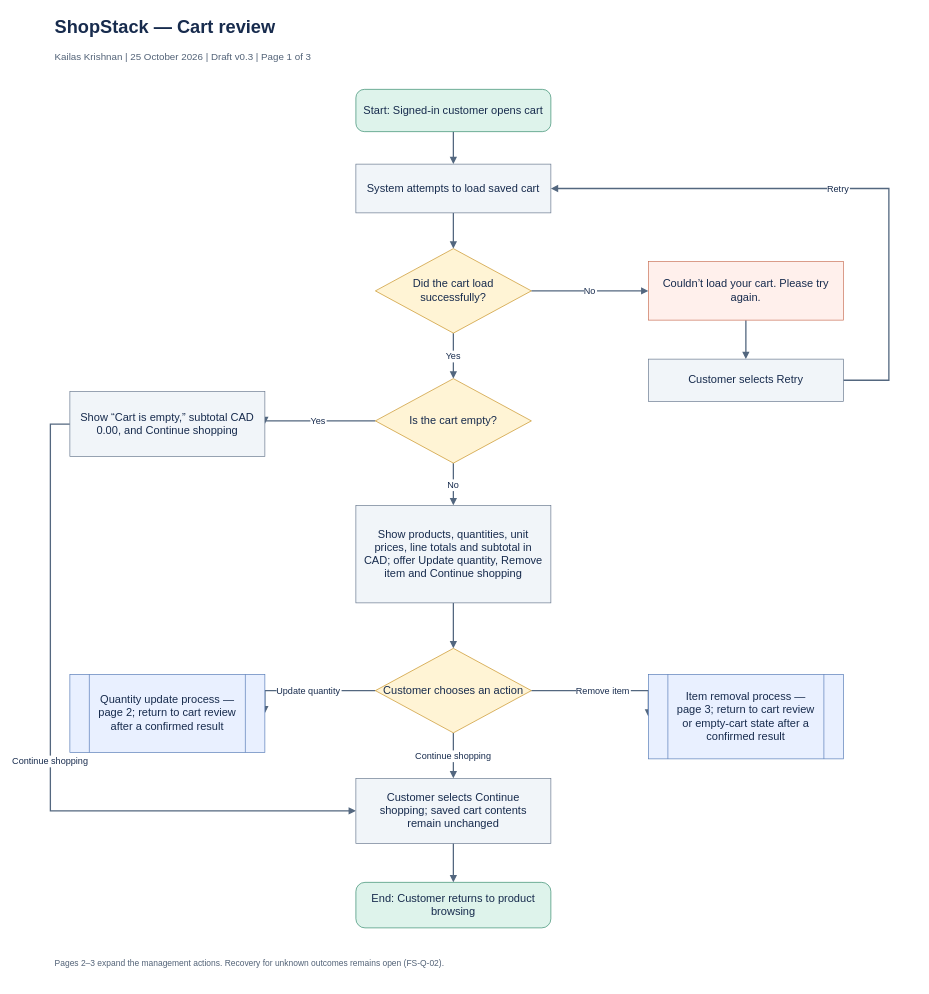
This is page "01 Cart review" (1 of 3) of docs/process-analysis/ShopStack-Future-State-Cart-Reviewed.drawio from kkrishnan937/shopstack-ba-portfolio, a draw.io file, before an edit. Source tidied: cells renumbered, new cells numbered last; positions are measured from the earlier drawing's top-left corner, leaving out a move shared by most shapes. Both pictures are drawn from the tidied source at 65%, with x=0, y=0 at pixel (50, 11).
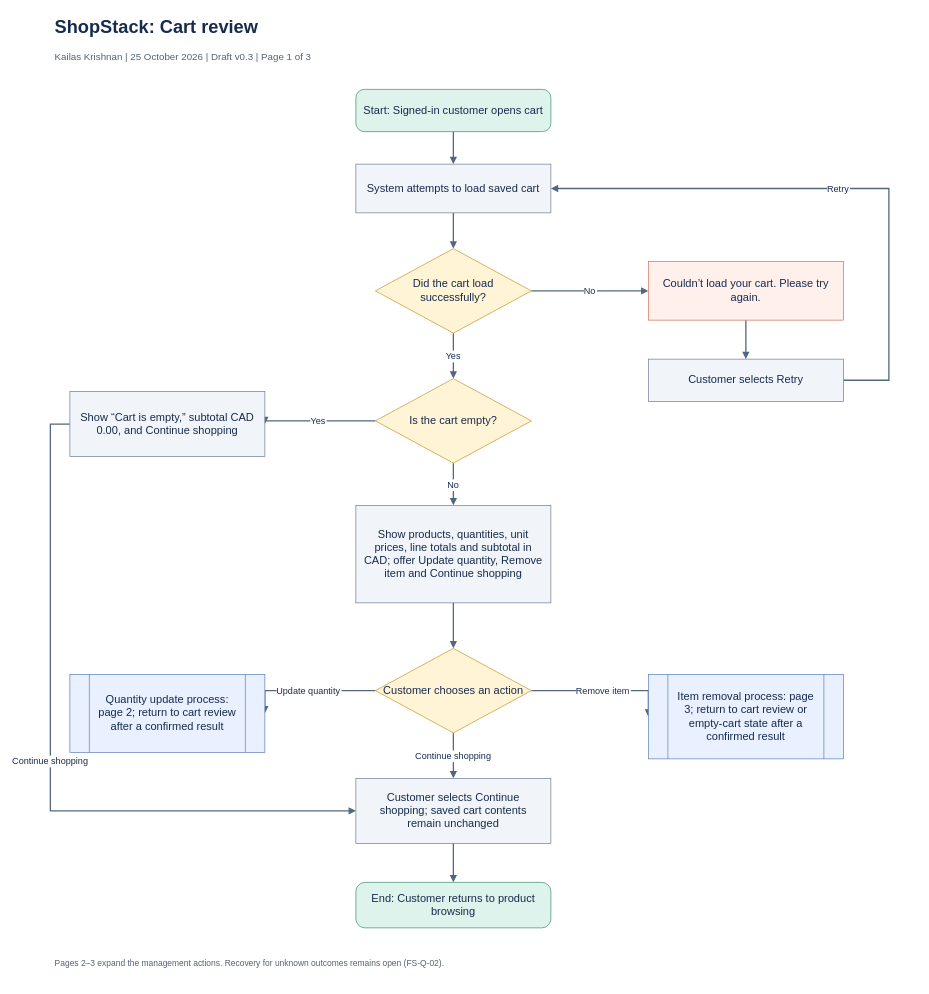
The same diagram, later.

Diff of the diagram source:
```diff
@@
-    <mxCell id="2" value="ShopStack — Cart review" style="text;html=0;fontSize=28;fontStyle=1;align=left;fontColor=#172B4D;" parent="1" vertex="1">
+    <mxCell id="2" value="ShopStack: Cart review" style="text;html=0;fontSize=28;fontStyle=1;align=left;fontColor=#172B4D;" parent="1" vertex="1">
       <mxGeometry x="5" width="1300" height="40" as="geometry" />
     </mxCell>
@@
-    <mxCell id="28" value="Quantity update process — page 2; return to cart review after a confirmed result" style="rounded=0;shape=process;html=0;whiteSpace=wrap;fillColor=#E9F0FF;strokeColor=#5278B5;fontColor=#172B4D;fontFamily=Arial;fontSize=17;spacing=10;" parent="1" vertex="1">
+    <mxCell id="28" value="Quantity update process: page 2; return to cart review after a confirmed result" style="rounded=0;shape=process;html=0;whiteSpace=wrap;fillColor=#E9F0FF;strokeColor=#5278B5;fontColor=#172B4D;fontFamily=Arial;fontSize=17;spacing=10;" parent="1" vertex="1">
       <mxGeometry x="30" y="1020" width="300" height="120" as="geometry" />
     </mxCell>
-    <mxCell id="29" value="Item removal process — page 3; return to cart review or empty-cart state after a confirmed result" style="rounded=0;shape=process;html=0;whiteSpace=wrap;fillColor=#E9F0FF;strokeColor=#5278B5;fontColor=#172B4D;fontFamily=Arial;fontSize=17;spacing=10;" parent="1" vertex="1">
+    <mxCell id="29" value="Item removal process: page 3; return to cart review or empty-cart state after a confirmed result" style="rounded=0;shape=process;html=0;whiteSpace=wrap;fillColor=#E9F0FF;strokeColor=#5278B5;fontColor=#172B4D;fontFamily=Arial;fontSize=17;spacing=10;" parent="1" vertex="1">
       <mxGeometry x="920" y="1020" width="300" height="130" as="geometry" />
     </mxCell>
```
